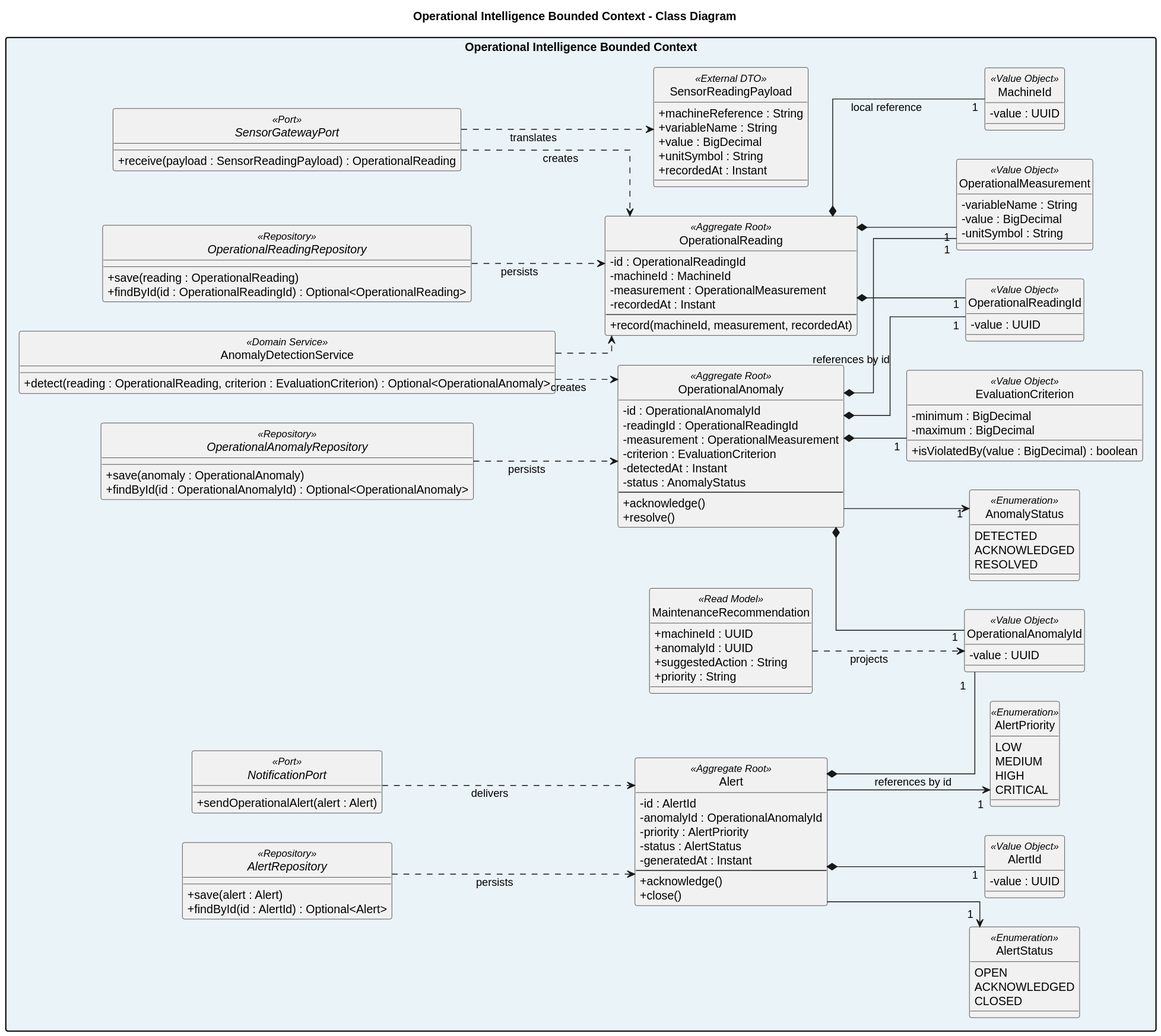
Earlier version of the PlantUML export assets/Images Chapter 4/Software Object-Oriented Design/Class Diagrams/operational-intelligence-class-diagram.svg (Vanguard-app-web/molinex-report). The source it was exported from:
```plantuml
@startuml
title Operational Intelligence Bounded Context - Class Diagram
left to right direction
hide circle
skinparam classAttributeIconSize 0
skinparam shadowing false
skinparam linetype ortho
skinparam packageStyle rectangle

package "Operational Intelligence Bounded Context" #EAF3F8 {
  class OperationalReading <<Aggregate Root>> {
    -id : OperationalReadingId
    -machineId : MachineId
    -measurement : OperationalMeasurement
    -recordedAt : Instant
    --
    +record(machineId, measurement, recordedAt)
  }

  class OperationalAnomaly <<Aggregate Root>> {
    -id : OperationalAnomalyId
    -readingId : OperationalReadingId
    -measurement : OperationalMeasurement
    -criterion : EvaluationCriterion
    -detectedAt : Instant
    -status : AnomalyStatus
    --
    +acknowledge()
    +resolve()
  }

  class Alert <<Aggregate Root>> {
    -id : AlertId
    -anomalyId : OperationalAnomalyId
    -priority : AlertPriority
    -status : AlertStatus
    -generatedAt : Instant
    --
    +acknowledge()
    +close()
  }

  class OperationalReadingId <<Value Object>> {
    -value : UUID
  }
  class OperationalAnomalyId <<Value Object>> {
    -value : UUID
  }
  class AlertId <<Value Object>> {
    -value : UUID
  }
  class MachineId <<Value Object>> {
    -value : UUID
  }

  class OperationalMeasurement <<Value Object>> {
    -variableName : String
    -value : BigDecimal
    -unitSymbol : String
  }
  class EvaluationCriterion <<Value Object>> {
    -minimum : BigDecimal
    -maximum : BigDecimal
    +isViolatedBy(value : BigDecimal) : boolean
  }

  enum AnomalyStatus <<Enumeration>> {
    DETECTED
    ACKNOWLEDGED
    RESOLVED
  }
  enum AlertPriority <<Enumeration>> {
    LOW
    MEDIUM
    HIGH
    CRITICAL
  }
  enum AlertStatus <<Enumeration>> {
    OPEN
    ACKNOWLEDGED
    CLOSED
  }

  class AnomalyDetectionService <<Domain Service>> {
    +detect(reading : OperationalReading, criterion : EvaluationCriterion) : Optional<OperationalAnomaly>
  }

  class MaintenanceRecommendation <<Read Model>> {
    +machineId : UUID
    +anomalyId : UUID
    +suggestedAction : String
    +priority : String
  }

  interface SensorGatewayPort <<Port>> {
    +receive(payload : SensorReadingPayload) : OperationalReading
  }
  class SensorReadingPayload <<External DTO>> {
    +machineReference : String
    +variableName : String
    +value : BigDecimal
    +unitSymbol : String
    +recordedAt : Instant
  }
  interface NotificationPort <<Port>> {
    +sendOperationalAlert(alert : Alert)
  }

  interface OperationalReadingRepository <<Repository>> {
    +save(reading : OperationalReading)
    +findById(id : OperationalReadingId) : Optional<OperationalReading>
  }
  interface OperationalAnomalyRepository <<Repository>> {
    +save(anomaly : OperationalAnomaly)
    +findById(id : OperationalAnomalyId) : Optional<OperationalAnomaly>
  }
  interface AlertRepository <<Repository>> {
    +save(alert : Alert)
    +findById(id : AlertId) : Optional<Alert>
  }
}

OperationalReading *-- "1" OperationalReadingId
OperationalReading *-- "1" MachineId : local reference
OperationalReading *-- "1" OperationalMeasurement
OperationalAnomaly *-- "1" OperationalAnomalyId
OperationalAnomaly *-- "1" OperationalReadingId : references by id
OperationalAnomaly *-- "1" OperationalMeasurement
OperationalAnomaly *-- "1" EvaluationCriterion
OperationalAnomaly --> "1" AnomalyStatus
Alert *-- "1" AlertId
Alert *-- "1" OperationalAnomalyId : references by id
Alert --> "1" AlertPriority
Alert --> "1" AlertStatus
AnomalyDetectionService ..> OperationalReading
AnomalyDetectionService ..> OperationalAnomaly : creates
SensorGatewayPort ..> SensorReadingPayload : translates
SensorGatewayPort ..> OperationalReading : creates
NotificationPort ..> Alert : delivers
OperationalReadingRepository ..> OperationalReading : persists
OperationalAnomalyRepository ..> OperationalAnomaly : persists
AlertRepository ..> Alert : persists
MaintenanceRecommendation ..> OperationalAnomalyId : projects
@enduml
```
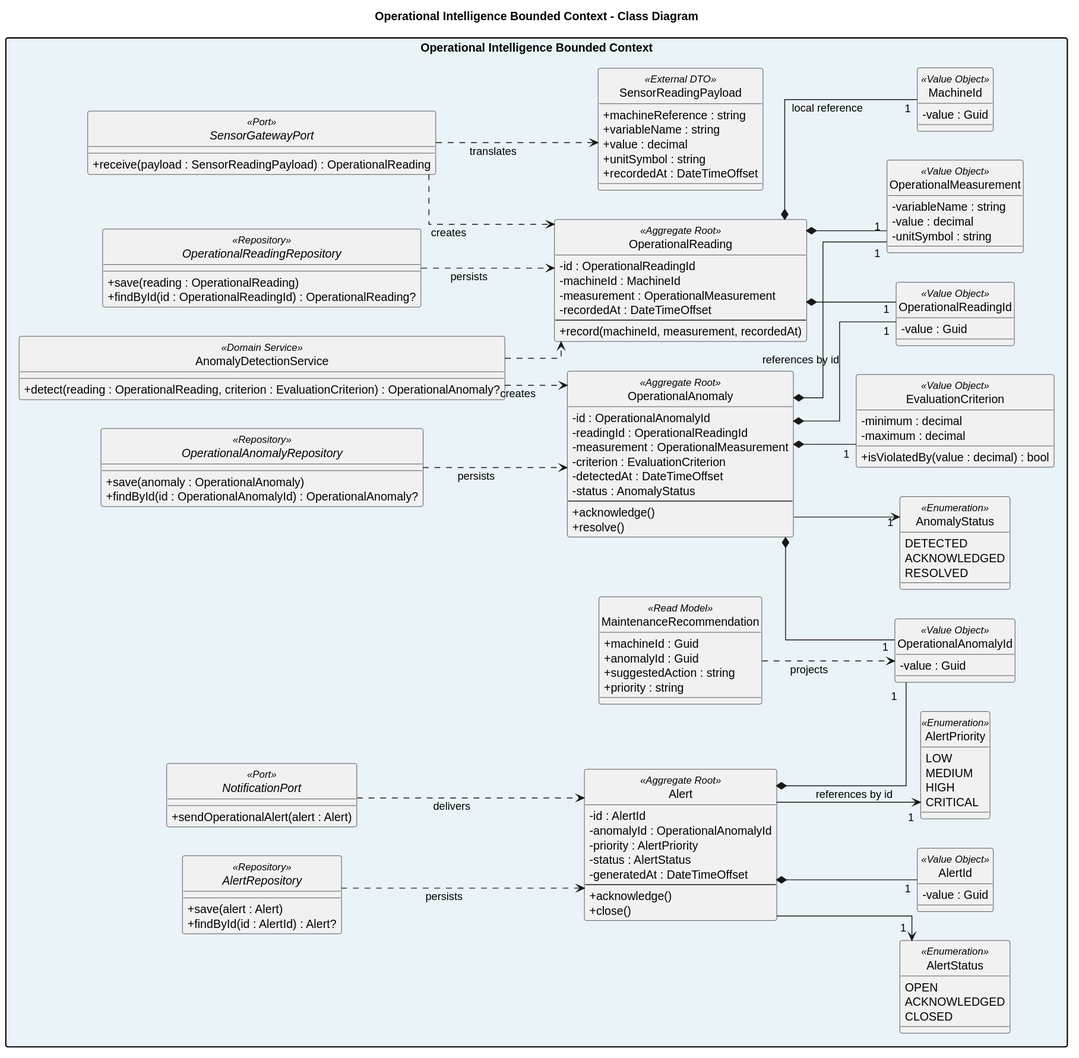
The same file after the commit.

What changed in the source:
```diff
@@ -12,7 +12,7 @@
     -id : OperationalReadingId
     -machineId : MachineId
     -measurement : OperationalMeasurement
-    -recordedAt : Instant
+    -recordedAt : DateTimeOffset
     --
     +record(machineId, measurement, recordedAt)
   }
@@ -22,7 +22,7 @@
     -readingId : OperationalReadingId
     -measurement : OperationalMeasurement
     -criterion : EvaluationCriterion
-    -detectedAt : Instant
+    -detectedAt : DateTimeOffset
     -status : AnomalyStatus
     --
     +acknowledge()
@@ -34,34 +34,34 @@
     -anomalyId : OperationalAnomalyId
     -priority : AlertPriority
     -status : AlertStatus
-    -generatedAt : Instant
+    -generatedAt : DateTimeOffset
     --
     +acknowledge()
     +close()
   }
 
   class OperationalReadingId <<Value Object>> {
-    -value : UUID
+    -value : Guid
   }
   class OperationalAnomalyId <<Value Object>> {
-    -value : UUID
+    -value : Guid
   }
   class AlertId <<Value Object>> {
-    -value : UUID
+    -value : Guid
   }
   class MachineId <<Value Object>> {
-    -value : UUID
+    -value : Guid
   }
 
   class OperationalMeasurement <<Value Object>> {
-    -variableName : String
-    -value : BigDecimal
-    -unitSymbol : String
+    -variableName : string
+    -value : decimal
+    -unitSymbol : string
   }
   class EvaluationCriterion <<Value Object>> {
-    -minimum : BigDecimal
-    -maximum : BigDecimal
-    +isViolatedBy(value : BigDecimal) : boolean
+    -minimum : decimal
+    -maximum : decimal
+    +isViolatedBy(value : decimal) : bool
   }
 
   enum AnomalyStatus <<Enumeration>> {
@@ -82,25 +82,25 @@
   }
 
   class AnomalyDetectionService <<Domain Service>> {
-    +detect(reading : OperationalReading, criterion : EvaluationCriterion) : Optional<OperationalAnomaly>
+    +detect(reading : OperationalReading, criterion : EvaluationCriterion) : OperationalAnomaly?
   }
 
   class MaintenanceRecommendation <<Read Model>> {
-    +machineId : UUID
-    +anomalyId : UUID
-    +suggestedAction : String
-    +priority : String
+    +machineId : Guid
+    +anomalyId : Guid
+    +suggestedAction : string
+    +priority : string
   }
 
   interface SensorGatewayPort <<Port>> {
     +receive(payload : SensorReadingPayload) : OperationalReading
   }
   class SensorReadingPayload <<External DTO>> {
-    +machineReference : String
-    +variableName : String
-    +value : BigDecimal
-    +unitSymbol : String
-    +recordedAt : Instant
+    +machineReference : string
+    +variableName : string
+    +value : decimal
+    +unitSymbol : string
+    +recordedAt : DateTimeOffset
   }
   interface NotificationPort <<Port>> {
     +sendOperationalAlert(alert : Alert)
@@ -108,15 +108,15 @@
 
   interface OperationalReadingRepository <<Repository>> {
     +save(reading : OperationalReading)
-    +findById(id : OperationalReadingId) : Optional<OperationalReading>
+    +findById(id : OperationalReadingId) : OperationalReading?
   }
   interface OperationalAnomalyRepository <<Repository>> {
     +save(anomaly : OperationalAnomaly)
-    +findById(id : OperationalAnomalyId) : Optional<OperationalAnomaly>
+    +findById(id : OperationalAnomalyId) : OperationalAnomaly?
   }
   interface AlertRepository <<Repository>> {
     +save(alert : Alert)
-    +findById(id : AlertId) : Optional<Alert>
+    +findById(id : AlertId) : Alert?
   }
 }
 
```
